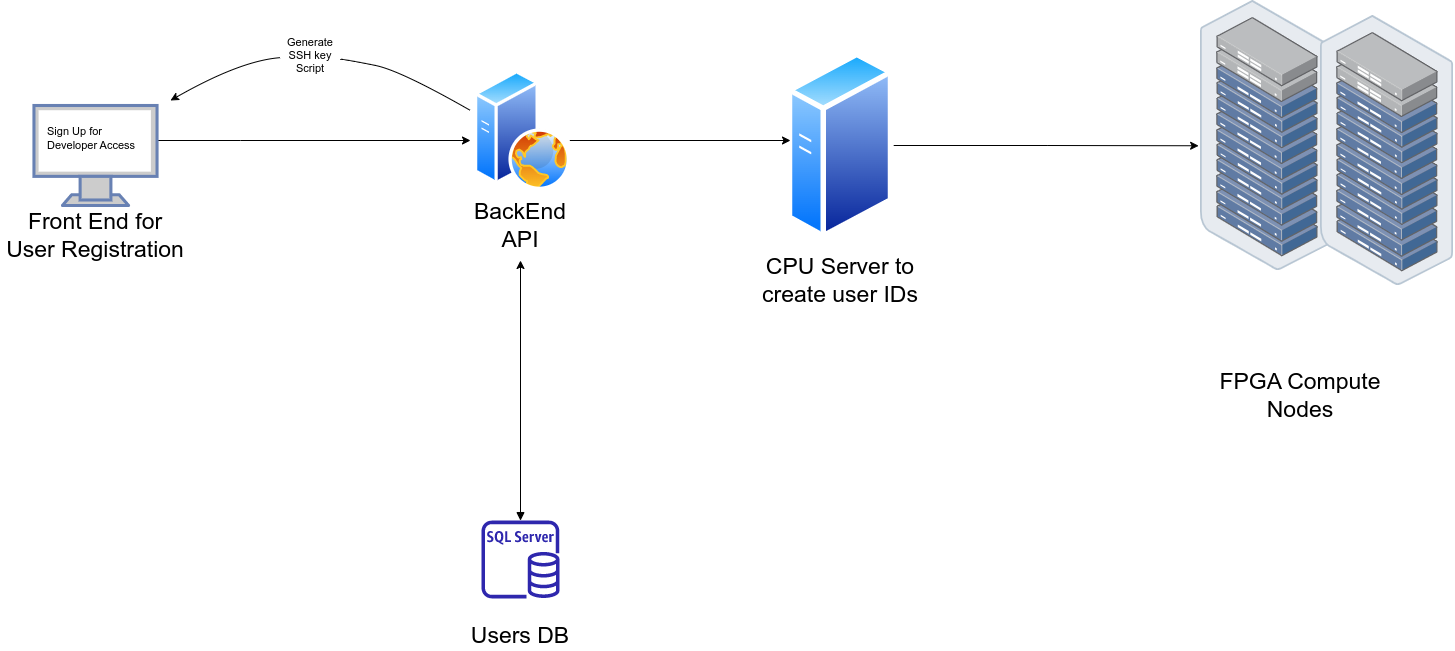
Before: Intel DevCloud Flow.drawio.png, a diagram exported from draw.io (belanasaikiran/FlowCharts). Source tidied: cells renumbered, new cells last; positions are measured from the earlier drawing's top-left corner, leaving out a move shared by most shapes.
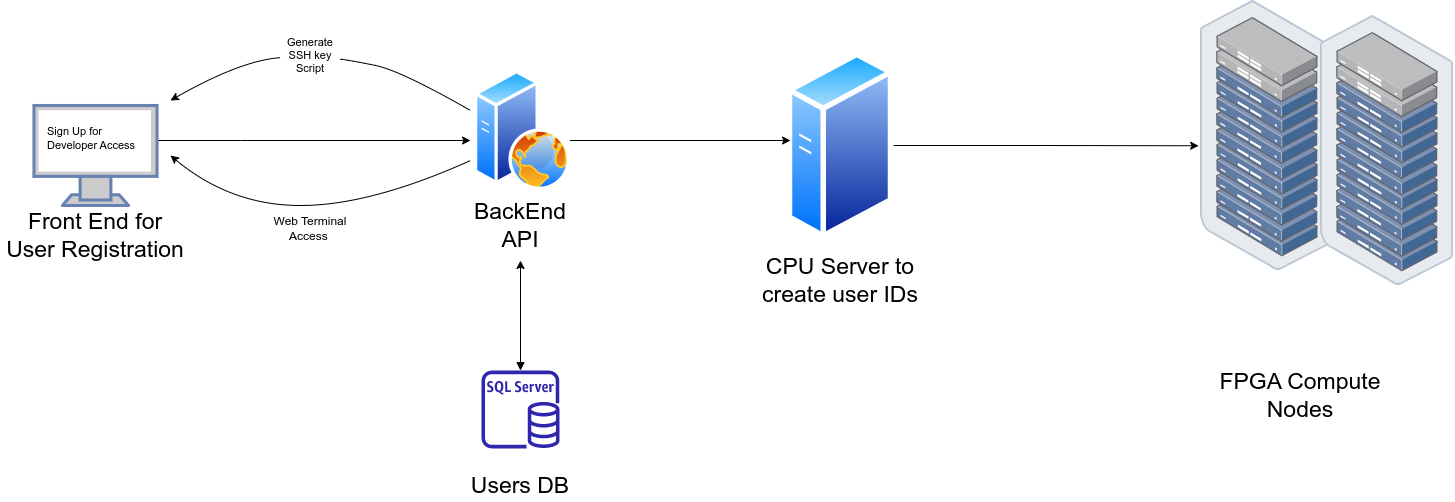
After the change.

Diff of the diagram source:
```diff
@@ -46,7 +46,7 @@
       <mxGeometry relative="1" as="geometry" />
     </mxCell>
     <mxCell id="12" style="group;" parent="1" vertex="1">
-      <mxGeometry x="430" y="520" width="180" height="130" as="geometry" />
+      <mxGeometry x="430" y="370" width="180" height="130" as="geometry" />
     </mxCell>
     <mxCell id="13" value="Users DB" style="text;html=1;strokeColor=none;fillColor=none;align=center;verticalAlign=middle;whiteSpace=wrap;rounded=0;fontSize=23;" parent="12" vertex="1">
       <mxGeometry y="100" width="180" height="30" as="geometry" />
@@ -95,5 +95,18 @@
     <mxCell id="24" value="Generate SSH key Script" style="text;html=1;strokeColor=none;fillColor=none;align=center;verticalAlign=middle;whiteSpace=wrap;rounded=0;labelBackgroundColor=none;labelBorderColor=none;fontSize=11;fontColor=default;" parent="1" vertex="1">
       <mxGeometry x="280" y="40" width="60" height="30" as="geometry" />
     </mxCell>
+    <mxCell id="25" value="Web Terminal Access&amp;nbsp;" style="text;html=1;strokeColor=none;fillColor=none;align=center;verticalAlign=middle;whiteSpace=wrap;rounded=0;" parent="1" vertex="1">
+      <mxGeometry x="265" y="205" width="90" height="45" as="geometry" />
+    </mxCell>
+    <mxCell id="26" style="curved=1;endArrow=classic;html=1;rounded=0;" parent="1" edge="1">
+      <mxGeometry relative="1" as="geometry">
+        <mxPoint x="470" y="160" as="sourcePoint" />
+        <mxPoint x="170" y="155" as="targetPoint" />
+        <Array as="points">
+          <mxPoint x="370" y="205" />
+          <mxPoint x="230" y="205" />
+        </Array>
+      </mxGeometry>
+    </mxCell>
   </root>
 </mxGraphModel>
```
